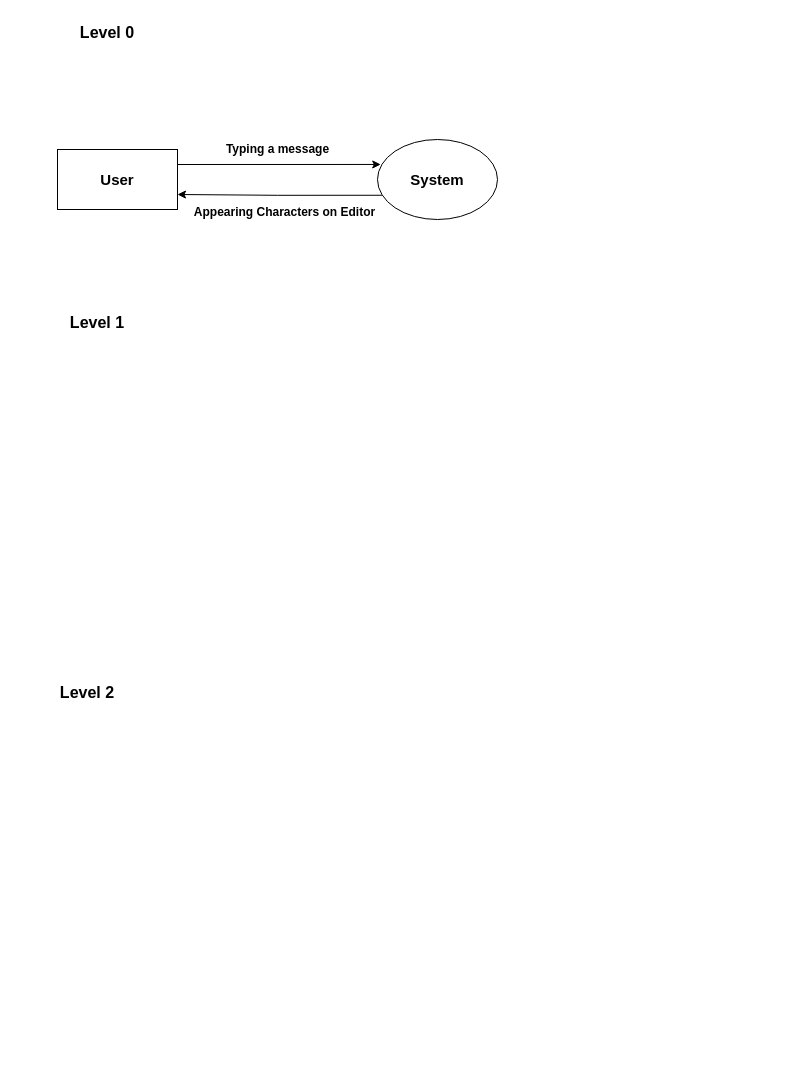
abhishek-uk/STM_Final_Project keeps this draw.io diagram as Diagrams/Data_Flow_Diagram.drawio. Above is the earlier version. Source tidied: cells renumbered, new cells numbered last; positions are measured from the earlier drawing's top-left corner, leaving out a move shared by most shapes. Both pictures are drawn from the tidied source at 100%, with x=0, y=0 at pixel (57, 17).
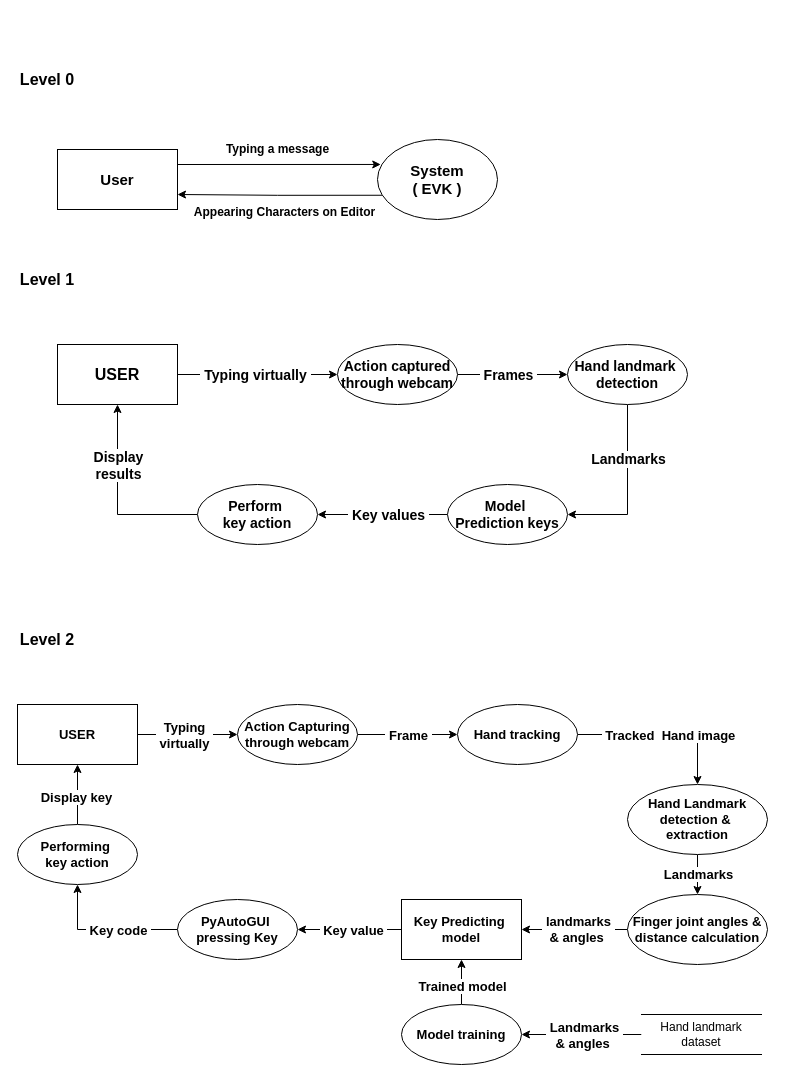
After the change.

Diff of the diagram source:
```diff
@@
     <mxCell id="2" value="&lt;b&gt;&lt;font style=&quot;font-size: 16px;&quot;&gt;Level 0&lt;/font&gt;&lt;/b&gt;" style="text;html=1;align=center;verticalAlign=middle;whiteSpace=wrap;rounded=0;" parent="1" vertex="1">
-      <mxGeometry x="20" width="60" height="30" as="geometry" />
+      <mxGeometry x="-40" y="47" width="60" height="30" as="geometry" />
     </mxCell>
     <mxCell id="3" value="&lt;b&gt;&lt;font style=&quot;font-size: 16px;&quot;&gt;Level 1&lt;/font&gt;&lt;/b&gt;" style="text;html=1;align=center;verticalAlign=middle;whiteSpace=wrap;rounded=0;" parent="1" vertex="1">
-      <mxGeometry x="10" y="290" width="60" height="30" as="geometry" />
+      <mxGeometry x="-40" y="247" width="60" height="30" as="geometry" />
     </mxCell>
     <mxCell id="4" value="&lt;b&gt;&lt;font style=&quot;font-size: 16px;&quot;&gt;Level 2&lt;/font&gt;&lt;/b&gt;" style="text;html=1;align=center;verticalAlign=middle;whiteSpace=wrap;rounded=0;" parent="1" vertex="1">
-      <mxGeometry y="660" width="60" height="30" as="geometry" />
+      <mxGeometry x="-40" y="607" width="60" height="30" as="geometry" />
     </mxCell>
@@
-    <mxCell id="7" value="&lt;b&gt;&lt;font style=&quot;font-size: 15px;&quot;&gt;System&lt;/font&gt;&lt;/b&gt;" style="ellipse;whiteSpace=wrap;html=1;" parent="1" vertex="1">
+    <mxCell id="7" value="&lt;div&gt;&lt;b style=&quot;background-color: initial;&quot;&gt;&lt;font style=&quot;font-size: 15px;&quot;&gt;System&lt;/font&gt;&lt;/b&gt;&lt;/div&gt;&lt;div&gt;&lt;b style=&quot;background-color: initial;&quot;&gt;&lt;font style=&quot;font-size: 15px;&quot;&gt;( EVK )&lt;/font&gt;&lt;/b&gt;&lt;/div&gt;" style="ellipse;whiteSpace=wrap;html=1;" parent="1" vertex="1">
       <mxGeometry x="320" y="122" width="120" height="80" as="geometry" />
     </mxCell>
@@
+    <mxCell id="11" style="edgeStyle=orthogonalEdgeStyle;rounded=0;jettySize=auto;html=1;exitX=1;exitY=0.5;exitDx=0;exitDy=0;entryX=0;entryY=0.5;entryDx=0;entryDy=0;fontSize=14;fontStyle=1;" parent="1" edge="1" source="13" target="16">
+      <mxGeometry relative="1" as="geometry" />
+    </mxCell>
+    <mxCell id="12" value="&amp;nbsp;Typing virtually&amp;nbsp;" style="edgeLabel;html=1;align=center;verticalAlign=middle;fontSize=14;fontStyle=1;" parent="11" vertex="1">
+      <mxGeometry x="0.15" y="-1" relative="1" as="geometry">
+        <mxPoint x="-15" y="-1" as="offset" />
+      </mxGeometry>
+    </mxCell>
+    <mxCell id="13" value="&lt;font style=&quot;font-size: 16px;&quot;&gt;USER&lt;/font&gt;" style="rounded=0;whiteSpace=wrap;html=1;fontSize=14;fontStyle=1;" parent="1" vertex="1">
+      <mxGeometry y="327" width="120" height="60" as="geometry" />
+    </mxCell>
+    <mxCell id="14" style="edgeStyle=orthogonalEdgeStyle;rounded=0;jettySize=auto;html=1;exitX=1;exitY=0.5;exitDx=0;exitDy=0;entryX=0;entryY=0.5;entryDx=0;entryDy=0;fontSize=14;fontStyle=1;" parent="1" edge="1" source="16" target="19">
+      <mxGeometry relative="1" as="geometry" />
+    </mxCell>
+    <mxCell id="15" value="&amp;nbsp;Frames&amp;nbsp;" style="edgeLabel;html=1;align=center;verticalAlign=middle;fontSize=14;fontStyle=1;" parent="14" vertex="1">
+      <mxGeometry x="0.34" y="2" relative="1" as="geometry">
+        <mxPoint x="-24" y="2" as="offset" />
+      </mxGeometry>
+    </mxCell>
+    <mxCell id="16" value="Action captured through webcam" style="ellipse;whiteSpace=wrap;html=1;fontSize=14;fontStyle=1;" parent="1" vertex="1">
+      <mxGeometry x="280" y="327" width="120" height="60" as="geometry" />
+    </mxCell>
+    <mxCell id="17" style="edgeStyle=orthogonalEdgeStyle;rounded=0;jettySize=auto;html=1;exitX=0.5;exitY=1;exitDx=0;exitDy=0;entryX=1;entryY=0.5;entryDx=0;entryDy=0;fontSize=14;fontStyle=1;" parent="1" edge="1" source="19" target="22">
+      <mxGeometry relative="1" as="geometry" />
+    </mxCell>
+    <mxCell id="18" value="&amp;nbsp;Landmarks&amp;nbsp;" style="edgeLabel;html=1;align=center;verticalAlign=middle;fontSize=14;fontStyle=1;" parent="17" vertex="1">
+      <mxGeometry x="-0.26" y="1" relative="1" as="geometry">
+        <mxPoint x="-1" y="-9" as="offset" />
+      </mxGeometry>
+    </mxCell>
+    <mxCell id="19" value="Hand landmark&amp;nbsp;&lt;div style=&quot;font-size: 14px;&quot;&gt;detection&lt;/div&gt;" style="ellipse;whiteSpace=wrap;html=1;fontSize=14;fontStyle=1;" parent="1" vertex="1">
+      <mxGeometry x="510" y="327" width="120" height="60" as="geometry" />
+    </mxCell>
+    <mxCell id="20" style="edgeStyle=orthogonalEdgeStyle;rounded=0;jettySize=auto;html=1;exitX=0;exitY=0.5;exitDx=0;exitDy=0;entryX=1;entryY=0.5;entryDx=0;entryDy=0;fontSize=14;fontStyle=1;" parent="1" edge="1" source="22" target="25">
+      <mxGeometry relative="1" as="geometry" />
+    </mxCell>
+    <mxCell id="21" value="&amp;nbsp;Key values&amp;nbsp;" style="edgeLabel;html=1;align=center;verticalAlign=middle;fontSize=14;fontStyle=1;" parent="20" vertex="1">
+      <mxGeometry x="0.25" relative="1" as="geometry">
+        <mxPoint x="21" as="offset" />
+      </mxGeometry>
+    </mxCell>
+    <mxCell id="22" value="Model&amp;nbsp;&lt;div style=&quot;font-size: 14px;&quot;&gt;Prediction keys&lt;/div&gt;" style="ellipse;whiteSpace=wrap;html=1;fontSize=14;fontStyle=1;" parent="1" vertex="1">
+      <mxGeometry x="390" y="467" width="120" height="60" as="geometry" />
+    </mxCell>
+    <mxCell id="23" style="edgeStyle=orthogonalEdgeStyle;rounded=0;jettySize=auto;html=1;exitX=0;exitY=0.5;exitDx=0;exitDy=0;entryX=0.5;entryY=1;entryDx=0;entryDy=0;fontSize=14;fontStyle=1;" parent="1" edge="1" source="25" target="13">
+      <mxGeometry relative="1" as="geometry" />
+    </mxCell>
+    <mxCell id="24" value="&amp;nbsp;Display&amp;nbsp;&lt;div&gt;&amp;nbsp;results&amp;nbsp;&lt;/div&gt;" style="edgeLabel;html=1;align=center;verticalAlign=middle;fontSize=14;fontStyle=1;" parent="23" vertex="1">
+      <mxGeometry x="0.06" y="-1" relative="1" as="geometry">
+        <mxPoint x="-1" y="-29" as="offset" />
+      </mxGeometry>
+    </mxCell>
+    <mxCell id="25" value="Perform&amp;nbsp;&lt;div style=&quot;font-size: 14px;&quot;&gt;key action&lt;/div&gt;" style="ellipse;whiteSpace=wrap;html=1;fontSize=14;fontStyle=1;" parent="1" vertex="1">
+      <mxGeometry x="140" y="467" width="120" height="60" as="geometry" />
+    </mxCell>
+    <mxCell id="26" style="edgeStyle=orthogonalEdgeStyle;rounded=0;jettySize=auto;html=1;exitX=1;exitY=0.5;exitDx=0;exitDy=0;entryX=0;entryY=0.5;entryDx=0;entryDy=0;fontSize=13;fontStyle=1;" parent="1" edge="1" source="28" target="43">
+      <mxGeometry relative="1" as="geometry" />
+    </mxCell>
+    <mxCell id="27" value="&amp;nbsp;Typing&amp;nbsp;&lt;div style=&quot;font-size: 13px;&quot;&gt;&amp;nbsp;virtually&amp;nbsp;&lt;/div&gt;" style="edgeLabel;html=1;align=center;verticalAlign=middle;fontSize=13;fontStyle=1;" parent="26" vertex="1">
+      <mxGeometry x="-0.19" y="2" relative="1" as="geometry">
+        <mxPoint x="5" y="2" as="offset" />
+      </mxGeometry>
+    </mxCell>
+    <mxCell id="28" value="USER" style="rounded=0;whiteSpace=wrap;html=1;fontSize=13;fontStyle=1;" parent="1" vertex="1">
+      <mxGeometry x="-40" y="687" width="120" height="60" as="geometry" />
+    </mxCell>
+    <mxCell id="29" style="edgeStyle=orthogonalEdgeStyle;rounded=0;jettySize=auto;html=1;exitX=0.5;exitY=0;exitDx=0;exitDy=0;entryX=0.5;entryY=1;entryDx=0;entryDy=0;fontSize=13;fontStyle=1;" parent="1" edge="1" source="31" target="28">
+      <mxGeometry relative="1" as="geometry" />
+    </mxCell>
+    <mxCell id="30" value="&amp;nbsp;Display key&amp;nbsp;" style="edgeLabel;html=1;align=center;verticalAlign=middle;fontSize=13;fontStyle=1;" parent="29" vertex="1">
+      <mxGeometry x="-0.06" y="2" relative="1" as="geometry" />
+    </mxCell>
+    <mxCell id="31" value="Performing&amp;nbsp;&lt;div style=&quot;font-size: 13px;&quot;&gt;key action&lt;/div&gt;" style="ellipse;whiteSpace=wrap;html=1;fontSize=13;fontStyle=1;" parent="1" vertex="1">
+      <mxGeometry x="-40" y="807" width="120" height="60" as="geometry" />
+    </mxCell>
+    <mxCell id="32" style="edgeStyle=orthogonalEdgeStyle;rounded=0;jettySize=auto;html=1;exitX=0;exitY=0.5;exitDx=0;exitDy=0;entryX=1;entryY=0.5;entryDx=0;entryDy=0;fontSize=13;fontStyle=1;" parent="1" edge="1" source="34" target="46">
+      <mxGeometry relative="1" as="geometry" />
+    </mxCell>
+    <mxCell id="33" value="&amp;nbsp;landmarks&amp;nbsp;&lt;div style=&quot;font-size: 13px;&quot;&gt;&amp;amp; angles&amp;nbsp;&lt;/div&gt;" style="edgeLabel;html=1;align=center;verticalAlign=middle;fontSize=13;fontStyle=1;" parent="32" vertex="1">
+      <mxGeometry x="-0.05" y="-1" relative="1" as="geometry" />
+    </mxCell>
+    <mxCell id="34" value="Finger joint angles &amp;amp; distance calculation" style="ellipse;whiteSpace=wrap;html=1;fontSize=13;fontStyle=1;" parent="1" vertex="1">
+      <mxGeometry x="570" y="877" width="140" height="70" as="geometry" />
+    </mxCell>
+    <mxCell id="35" style="edgeStyle=orthogonalEdgeStyle;rounded=0;jettySize=auto;html=1;exitX=0.5;exitY=1;exitDx=0;exitDy=0;entryX=0.5;entryY=0;entryDx=0;entryDy=0;fontSize=13;fontStyle=1;" parent="1" edge="1" source="37" target="34">
+      <mxGeometry relative="1" as="geometry" />
+    </mxCell>
+    <mxCell id="36" value="&amp;nbsp;Landmarks&amp;nbsp;" style="edgeLabel;html=1;align=center;verticalAlign=middle;fontSize=13;fontStyle=1;" parent="35" vertex="1">
+      <mxGeometry x="-0.05" relative="1" as="geometry" />
+    </mxCell>
+    <mxCell id="37" value="Hand Landmark detection &amp;amp;&amp;nbsp;&lt;div style=&quot;font-size: 13px;&quot;&gt;extraction&lt;/div&gt;" style="ellipse;whiteSpace=wrap;html=1;fontSize=13;fontStyle=1;" parent="1" vertex="1">
+      <mxGeometry x="570" y="767" width="140" height="70" as="geometry" />
+    </mxCell>
+    <mxCell id="38" style="edgeStyle=orthogonalEdgeStyle;rounded=0;jettySize=auto;html=1;exitX=1;exitY=0.5;exitDx=0;exitDy=0;fontSize=13;fontStyle=1;" parent="1" edge="1" source="40" target="37">
+      <mxGeometry relative="1" as="geometry" />
+    </mxCell>
+    <mxCell id="39" value="&amp;nbsp;Tracked&amp;nbsp; Hand image" style="edgeLabel;html=1;align=center;verticalAlign=middle;fontSize=13;fontStyle=1;" parent="38" vertex="1">
+      <mxGeometry x="0.29" relative="1" as="geometry">
+        <mxPoint x="-20" as="offset" />
+      </mxGeometry>
+    </mxCell>
+    <mxCell id="40" value="Hand tracking" style="ellipse;whiteSpace=wrap;html=1;fontSize=13;fontStyle=1;" parent="1" vertex="1">
+      <mxGeometry x="400" y="687" width="120" height="60" as="geometry" />
+    </mxCell>
+    <mxCell id="41" style="edgeStyle=orthogonalEdgeStyle;rounded=0;jettySize=auto;html=1;exitX=1;exitY=0.5;exitDx=0;exitDy=0;entryX=0;entryY=0.5;entryDx=0;entryDy=0;fontSize=13;fontStyle=1;" parent="1" edge="1" source="43" target="40">
+      <mxGeometry relative="1" as="geometry" />
+    </mxCell>
+    <mxCell id="42" value="&amp;nbsp;Frame&amp;nbsp;" style="edgeLabel;html=1;align=center;verticalAlign=middle;fontSize=13;fontStyle=1;" parent="41" vertex="1">
+      <mxGeometry x="-0.01" relative="1" as="geometry" />
+    </mxCell>
+    <mxCell id="43" value="Action Capturing through webcam" style="ellipse;whiteSpace=wrap;html=1;fontSize=13;fontStyle=1;" parent="1" vertex="1">
+      <mxGeometry x="180" y="687" width="120" height="60" as="geometry" />
+    </mxCell>
+    <mxCell id="44" style="edgeStyle=orthogonalEdgeStyle;rounded=0;jettySize=auto;html=1;exitX=0;exitY=0.5;exitDx=0;exitDy=0;entryX=1;entryY=0.5;entryDx=0;entryDy=0;fontSize=13;fontStyle=1;" parent="1" edge="1" source="46" target="49">
+      <mxGeometry relative="1" as="geometry" />
+    </mxCell>
+    <mxCell id="45" value="&amp;nbsp;Key value&amp;nbsp;" style="edgeLabel;html=1;align=center;verticalAlign=middle;fontSize=13;fontStyle=1;" parent="44" vertex="1">
+      <mxGeometry x="0.33" y="-1" relative="1" as="geometry">
+        <mxPoint x="20" y="1" as="offset" />
+      </mxGeometry>
+    </mxCell>
+    <mxCell id="46" value="Key Predicting&amp;nbsp;&lt;div style=&quot;font-size: 13px;&quot;&gt;model&lt;/div&gt;" style="rounded=0;whiteSpace=wrap;html=1;fontSize=13;fontStyle=1;" parent="1" vertex="1">
+      <mxGeometry x="344" y="882" width="120" height="60" as="geometry" />
+    </mxCell>
+    <mxCell id="47" style="edgeStyle=orthogonalEdgeStyle;rounded=0;jettySize=auto;html=1;exitX=0;exitY=0.5;exitDx=0;exitDy=0;entryX=0.5;entryY=1;entryDx=0;entryDy=0;fontSize=13;fontStyle=1;" parent="1" edge="1" source="49" target="31">
+      <mxGeometry relative="1" as="geometry" />
+    </mxCell>
+    <mxCell id="48" value="&amp;nbsp;Key code&amp;nbsp;" style="edgeLabel;html=1;align=center;verticalAlign=middle;fontSize=13;fontStyle=1;" parent="47" vertex="1">
+      <mxGeometry x="0.31" relative="1" as="geometry">
+        <mxPoint x="35" as="offset" />
+      </mxGeometry>
+    </mxCell>
+    <mxCell id="49" value="PyAutoGUI&amp;nbsp;&lt;div style=&quot;font-size: 13px;&quot;&gt;pressing Key&lt;/div&gt;" style="ellipse;whiteSpace=wrap;html=1;fontSize=13;fontStyle=1;" parent="1" vertex="1">
+      <mxGeometry x="120" y="882" width="120" height="60" as="geometry" />
+    </mxCell>
+    <mxCell id="50" style="edgeStyle=orthogonalEdgeStyle;rounded=0;jettySize=auto;html=1;exitX=0;exitY=0.5;exitDx=0;exitDy=0;entryX=1;entryY=0.5;entryDx=0;entryDy=0;fontSize=13;fontStyle=1;" parent="1" edge="1" source="52" target="55">
+      <mxGeometry relative="1" as="geometry" />
+    </mxCell>
+    <mxCell id="51" value="&amp;nbsp;Landmarks&amp;nbsp;&lt;div style=&quot;font-size: 13px;&quot;&gt;&amp;amp; angles&amp;nbsp;&lt;/div&gt;" style="edgeLabel;html=1;align=center;verticalAlign=middle;fontSize=13;fontStyle=1;" parent="50" vertex="1">
+      <mxGeometry x="-0.03" relative="1" as="geometry" />
+    </mxCell>
+    <mxCell id="52" value="Hand landmark dataset" style="html=1;dashed=0;whiteSpace=wrap;shape=partialRectangle;right=0;left=0;" parent="1" vertex="1">
+      <mxGeometry x="584" y="997" width="120" height="40" as="geometry" />
+    </mxCell>
+    <mxCell id="53" style="edgeStyle=orthogonalEdgeStyle;rounded=0;jettySize=auto;html=1;exitX=0.5;exitY=0;exitDx=0;exitDy=0;entryX=0.5;entryY=1;entryDx=0;entryDy=0;fontSize=13;fontStyle=1;" parent="1" edge="1" source="55" target="46">
+      <mxGeometry relative="1" as="geometry" />
+    </mxCell>
+    <mxCell id="54" value="Trained model" style="edgeLabel;html=1;align=center;verticalAlign=middle;fontSize=13;fontStyle=1;" parent="53" vertex="1">
+      <mxGeometry x="-0.33" y="2" relative="1" as="geometry">
+        <mxPoint x="2" y="-4" as="offset" />
+      </mxGeometry>
+    </mxCell>
+    <mxCell id="55" value="Model training" style="ellipse;whiteSpace=wrap;html=1;fontSize=13;fontStyle=1;" parent="1" vertex="1">
+      <mxGeometry x="344" y="987" width="120" height="60" as="geometry" />
+    </mxCell>
```
